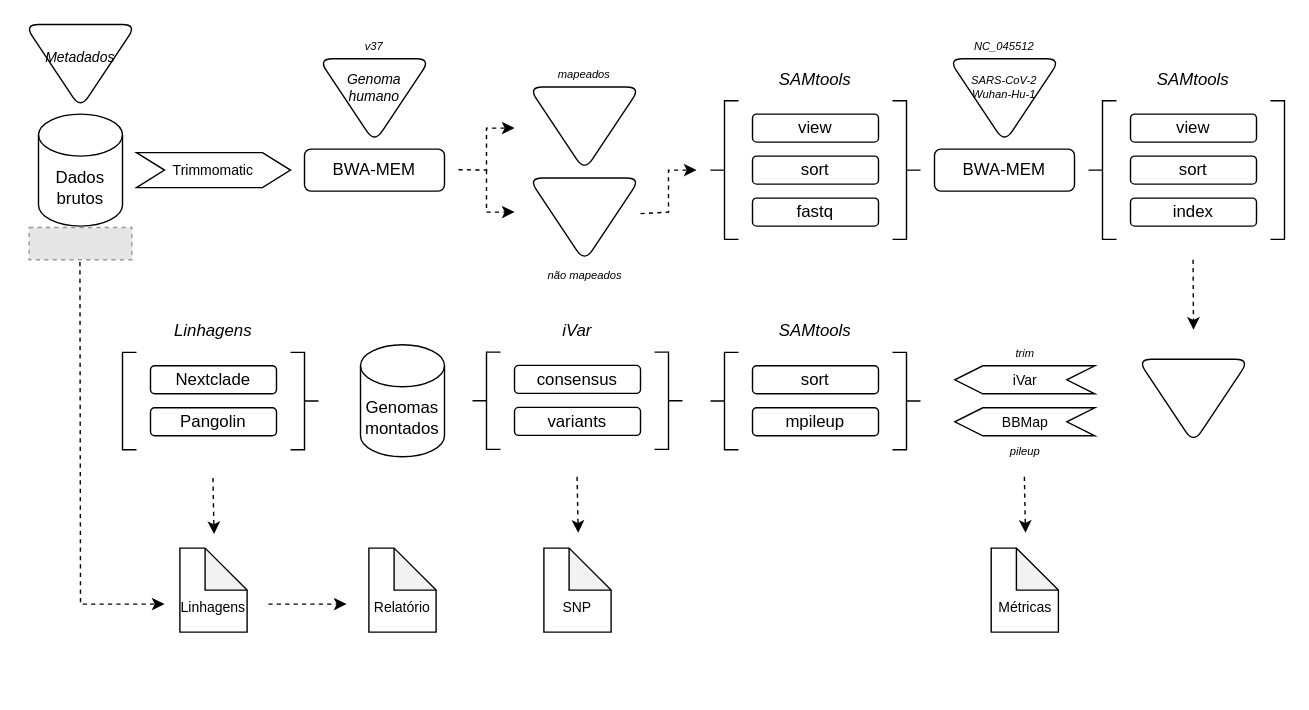
Above: workflow_sars-cov-2.drawio in ekazuo/draw-io (draw.io), before the change. Source tidied: cells renumbered, new cells numbered last; positions are measured from the earlier drawing's top-left corner, leaving out a move shared by most shapes. Both pictures are drawn from the tidied source at 140%, with x=0, y=0 at pixel (24, 24). Pictures stored in the file or linked from it are replaced by grey dashed boxes.
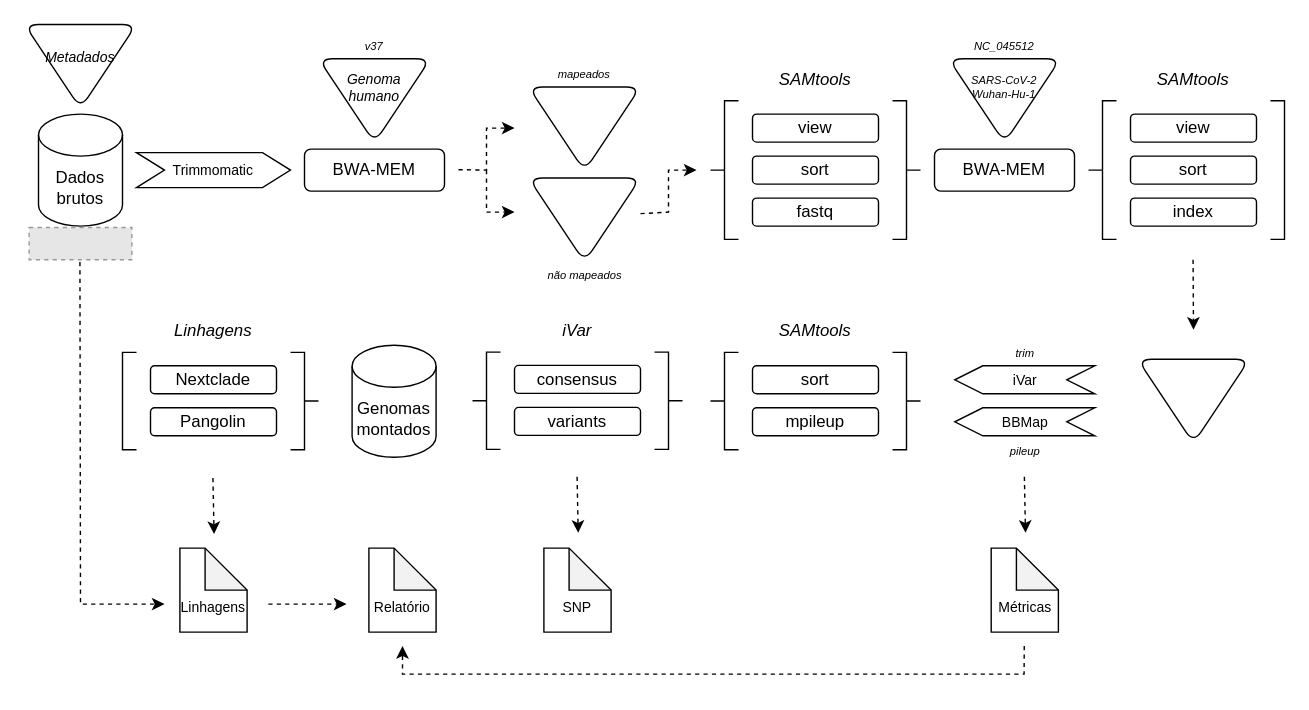
Above is the later version.

The edit, as a diff of the source:
```diff
@@
     <mxCell id="39" value="Genomas montados" style="shape=cylinder3;whiteSpace=wrap;html=1;boundedLbl=1;backgroundOutline=1;size=15;" parent="1" vertex="1">
-      <mxGeometry x="240" y="228.8" width="60" height="80" as="geometry" />
+      <mxGeometry x="234" y="229.1" width="60" height="80" as="geometry" />
     </mxCell>
@@
+    <mxCell id="62" style="endArrow=classic;html=1;rounded=0;fontSize=10;dashed=1;" parent="1" edge="1">
+      <mxGeometry relative="1" as="geometry">
+        <mxPoint x="714.1" y="444" as="sourcePoint" />
+        <mxPoint x="270" y="444" as="targetPoint" />
+        <Array as="points">
+          <mxPoint x="714" y="464" />
+          <mxPoint x="270" y="464" />
+        </Array>
+      </mxGeometry>
+    </mxCell>
```
